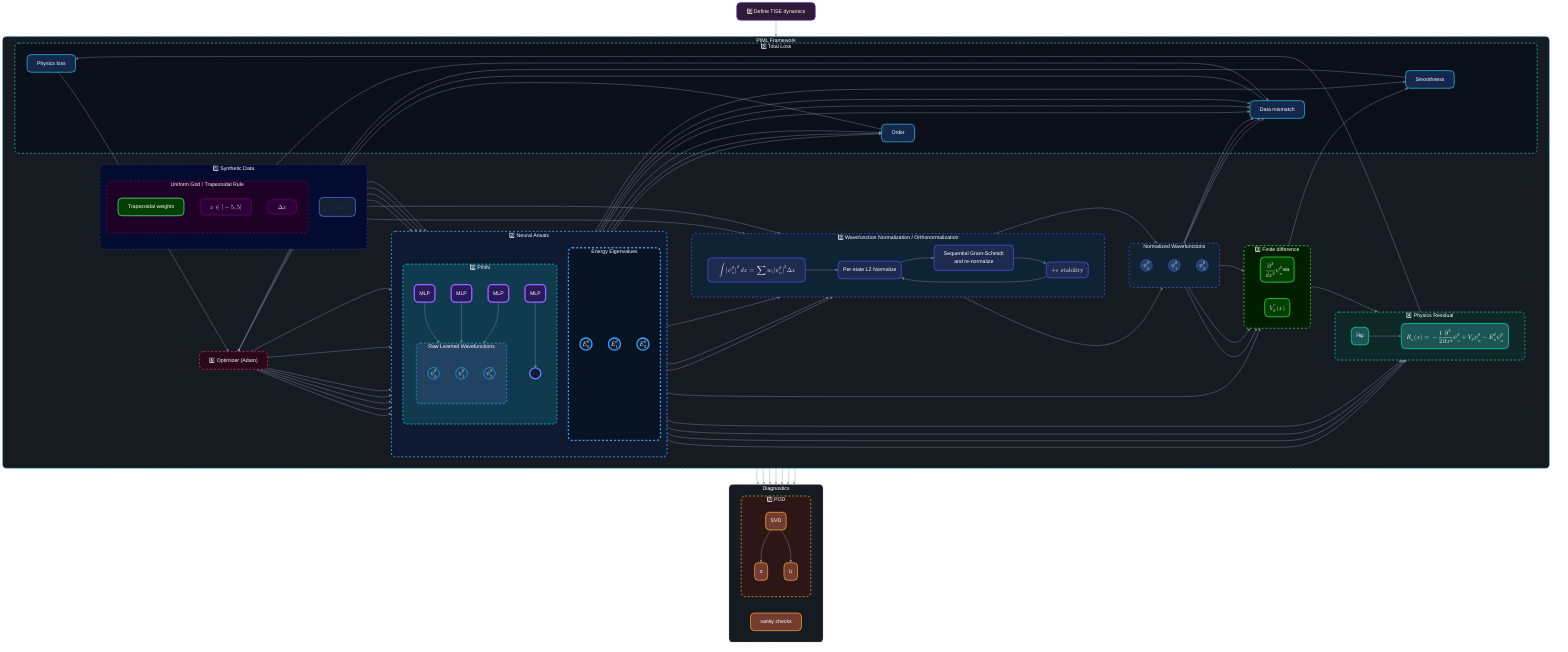
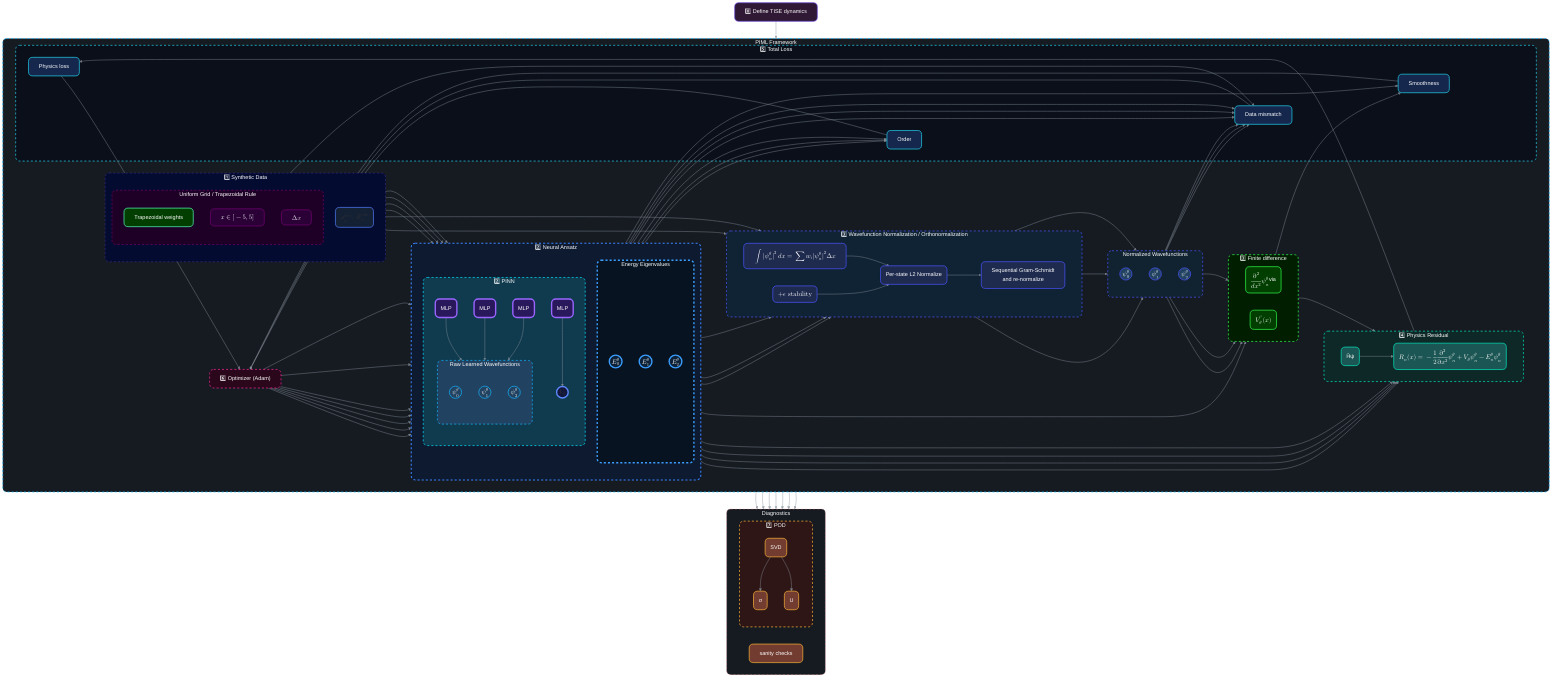
%%{ init: {
        "theme": "dark",
        "themeVariables": {
            "background": "#0D1117",
            "lineColor": "#14B5FF",
            "textColor": "whitesmoke",
            "primaryTextColor": "whitesmoke",
            "secondaryTextColor": "whitesmoke",
            "tertiaryTextColor": "whitesmoke",
            "fontFamily": "'Aclonica', sans-serif",
            "borderRadius": "14"
        },
        "themeCSS": ".nodeLabel, .edgeLabel, .cluster-label, .cluster-label text, .label, .label text, text, .katex, .katex *, .MathJax, .MathJax *, mjx-container, mjx-container * { color: whitesmoke !important; fill: whitesmoke !important; -webkit-text-fill-color: whitesmoke !important; }",
        "flowchart": {
            "curve": "basis",
            "nodeSpacing": 30,
            "rankSpacing": 50
        },
        "handDrawn": true
    } }%%

flowchart TB

%% ==============================
%% COLOR CLASSES (your palette)
%% ==============================
style step0 fill:#301934,stroke:#5D3FD3,stroke-width:2px,color:#ffffff,rx:12,ry:12;
style PIML fill:#161b22,stroke:#14b5ff,stroke-width:2px,stroke-dasharray:6 6,color:#ffffff,rx:12,ry:12;
style synthetic_data fill:#040b30,stroke:#5D3FD3,stroke-dasharray:6 6,color:#ffffff,rx:12,ry:12;
style domain_norm fill:#1E0026,stroke:#750071,stroke-width:2px,color:#ffffff,rx:12,ry:12,stroke-dasharray:6 6,rx:12,ry:12;
style trap fill:#023e00,stroke:#57ffbc,color:#ffffff,stroke-width:2px,rx:12,ry:12;
style observed_data fill:#142034,stroke:#5280ff,stroke-width:2px,color:#ffffff,rx:12,ry:12;
style neural_ansatz fill:#0d1a30,stroke:#3b82ff,stroke-width:3px,color:#ffffff,stroke-dasharray:6 6,rx:12px, ry:12px;
style energy_eigenvalues fill:#071320,stroke:#3b9eff,stroke-width:4px,color:#ffffff,stroke-dasharray: 6 6, rx:12px, ry:12px;
style PINN fill:#103b4f,stroke:#00E8FF,stroke-width:2px,color:#ffffff,stroke-dasharray: 6 6,rx:12,ry:12;
style raw_wavefunctions fill:#224261,stroke:#14B5FF,stroke-width:2px,stroke-dasharray:6 6,color:#ffffff,rx:12,ry:12;
style normalization fill:#0f2335,stroke:#4b54ff,color:#ffffff,stroke-width:2px, stroke-dasharray: 6 6, rx:12, ry:12;
style normalized_wavefunctions fill:#112230,color:#ffffff,stroke:#4b54ff,stroke-width:2px,stroke-dasharray:6 6,rx:12,ry:12;
style finite_difference fill:#011e00,stroke:#31ff48,color:#ffffff,stroke-width:2px,stroke-dasharray:6 6,rx:12,ry:12;
style residual fill:#0d2827,stroke:#03E8BD,stroke-width:2px,color:#ffffff,stroke-dasharray:6 6,rx:12px,ry:12px;
style diagnostics fill:#161b22,stroke:#f68080,stroke-dasharray:6 6,color:#ffffff,rx:12,ry:12;
style pod fill:#2f1616,stroke:#FEB538,color:#ffffff,stroke-width:2px,stroke-dasharray:6 6,rx:12px,ry:12px;
style loss fill:#0a0f1a,stroke:#22d3ee,stroke-width:2px,color:#ffffff,stroke-dasharray:6 6,rx:12px, ry:12px;
style potential fill:#11163a,stroke:#5f88ff,stroke-width:4px,color:#ffffff,rx:12px, ry:12px;


classDef spatial_stencil fill:#2a0037,stroke:#750071,stroke-width:2px,color:#ffffff,rx:12,ry:12;
classDef MLP fill:#2a185c,stroke:#9a66ff,stroke-width:4px,color:#ffffff,rx:12px,ry:12px;
classDef norm fill:#1e2b4e,stroke:#4b54ff,color:#ffffff,stroke-width:2px,rx:12px,ry:12px;
classDef energy fill:#0d2238,stroke:#3b9eff,stroke-width:4px,color:#ffffff,rx:12px, ry:12px;
classDef psiraw fill:#224261,stroke:#14B5FF,color:#ffffff,stroke-width:2px,rx:12,ry:12;
classDef psinorm fill:#224261,stroke:#4b54ff,stroke-width:2px,color:#ffffff,rx:12,ry:12;
classDef stencil fill:#023e00,stroke:#31ff48,color:#ffffff,stroke-width:2px,rx:12,ry:12;
classDef physics fill:#1c5654,stroke:#03E8BD,color:#ffffff,stroke-width:2px,rx:12,ry:12;
classDef opt fill:#2a071b,stroke:#FE28A2,color:#ffffff,stroke-width:2px,stroke-dasharray:6 6,rx:12,ry:12;
classDef diag fill:#723c30,stroke:#FEB538,color:#ffffff,stroke-width:2px,rx:12,ry:12;
classDef loss_terms fill:#15274d,stroke:#22d3ee,stroke-width:2px,color:#ffffff,rx:12px, ry:12px;


%% ==============================
%% NODES (smaller circles)
%% ==============================
potential(("$$V_\theta$$"))

psi0_raw(("$$\psi_0^\theta$$")):::psiraw
psi1_raw(("$$\psi_1^\theta$$")):::psiraw
psi2_raw(("$$\psi_2^\theta$$")):::psiraw

psi0(("$$\psi_0^\theta$$")):::psinorm
psi1(("$$\psi_1^\theta$$")):::psinorm
psi2(("$$\psi_2^\theta$$")):::psinorm

E0(("$$E_0^\theta$$")):::energy
E1(("$$E_1^\theta$$")):::energy
E2(("$$E_2^\theta$$")):::energy

%% ==============================
%% PIPELINE
%% ==============================
subgraph PIML["PIML Framework"]
direction LR

    subgraph synthetic_data["1️⃣ Synthetic Data"]
    direction TB
        subgraph domain_norm["Uniform Grid / Trapezoidal Rule"]
            spatial_grid["$$x\in[-5, 5]$$"]:::spatial_stencil
            deltax["$$\Delta x$$"]:::spatial_stencil
            trap["Trapezoidal weights"]
        end


        observed_data("$$\rho_n^\text{obs}, \ E_n^\text{obs}$$")
    end

    subgraph neural_ansatz["2️⃣ Neural Ansatz"]
    direction TB
        subgraph energy_eigenvalues["Energy Eigenvalues"]
            E0
            E1
            E2
        end

        subgraph PINN["2️⃣ PINN"]
        direction TB

            subgraph raw_wavefunctions["Raw Learned Wavefunctions"]
            direction TB
                psi0_raw
                psi1_raw
                psi2_raw
            end

            MLP1("MLP"):::MLP --> potential
            MLP2("MLP"):::MLP --> psi0_raw
            MLP3("MLP"):::MLP --> psi1_raw
            MLP4("MLP"):::MLP --> psi2_raw
        end
    end

    subgraph normalization["3️⃣ Wavefunction Normalization / Orthonormalization"]
    direction LR
        apply_trapezoidal_weights["$$\int|\psi_n^\theta |^2\, dx=\sum{w_i |\psi_n^\theta |^2 \Delta x}$$"]:::norm
        norm1("Per-state L2 Normalize"):::norm
        gs["Sequential Gram-Schmidt<br/>and re-normalize"]:::norm
        eps("$$+\epsilon \ \text{stability}$$"):::norm
    end

    subgraph normalized_wavefunctions["Normalized Wavefunctions"]
    direction TB
        psi0
        psi1
        psi2
    end

    subgraph finite_difference["3️⃣ Finite difference"]
    direction LR
        eigenfunction_stencil("$$\frac{\partial^2}{dx^2}\psi_n^\theta$$ via"):::stencil
        potential_stencil("$$V_\theta''(x)$$"):::stencil
    end

    subgraph residual["4️⃣ Physics Residual"]
    direction LR
        H("Ĥψ"):::physics
        R("$$R_n(x)=-\frac{1}{2}\frac{\partial^2}{\partial x^2}\psi_n^\theta + V_\theta\psi_n^\theta-E_n^\theta\psi_n^\theta $$"):::physics
    end

    subgraph loss["5️⃣  Total Loss"]
        Lp["Physics loss"]:::loss_terms
        Ln["Order"]:::loss_terms
        Ls["Smoothness"]:::loss_terms
        Ld["Data mismatch"]:::loss_terms
    end

    opt["6️⃣  Optimizer (Adam)"]:::opt

    %% FLOW
    spatial_grid --> MLP1
    spatial_grid --> MLP2
    spatial_grid --> MLP3
    spatial_grid --> MLP4

    deltax --> apply_trapezoidal_weights
    trap --> apply_trapezoidal_weights

    psi0_raw --> norm1
    psi1_raw --> norm1
    psi2_raw --> norm1

    apply_trapezoidal_weights --> norm1

    eps --> norm1

    norm1 --> gs

    gs --> psi0
    gs --> psi1
-     gs --> eps
+     gs --> psi2


    psi0 --> eigenfunction_stencil
    psi1 --> eigenfunction_stencil
    psi2 --> eigenfunction_stencil

    potential --> potential_stencil

    eigenfunction_stencil --> H
    potential --> H
    E0 --> H
    E1 --> H
    E2 --> H

    H --> R --> Lp

    E0 --> Ln
    E1 --> Ln
    E2 --> Ln

    potential --> Ls
    potential_stencil --> Ls

    psi0 --> Ld
    psi1 --> Ld
    psi2 --> Ld
    E0 --> Ld
    E1 --> Ld
    E2 --> Ld
    observed_data --> Ld

    Lp --> opt
    Ln --> opt
    Ls --> opt
    Ld --> opt

    opt --> MLP1
    opt --> MLP2
    opt --> MLP3
    opt --> MLP4
    opt --> E0
    opt --> E1
    opt --> E2

end

step0["0️⃣ Define TISE dynamics"] --> PIML

%% ==============================
%% DIAGNOSTICS
%% ==============================
subgraph diagnostics["Diagnostics"]

    sanity["sanity checks"]:::diag

    subgraph pod["7️⃣ POD"]
        SVD("SVD"):::diag
        spec("σ"):::diag
        modes("U"):::diag

        SVD --> spec
        SVD --> modes
    end

end

psi0 --> diagnostics
psi1 --> diagnostics
psi2 --> diagnostics

E0 --> diagnostics
E1 --> diagnostics
E2 --> diagnostics

potential --> diagnostics

%% ==============================
%% LINKS (subtle)
%% ==============================
linkStyle default stroke:#8b949e,stroke-width:1.5px,opacity:0.8